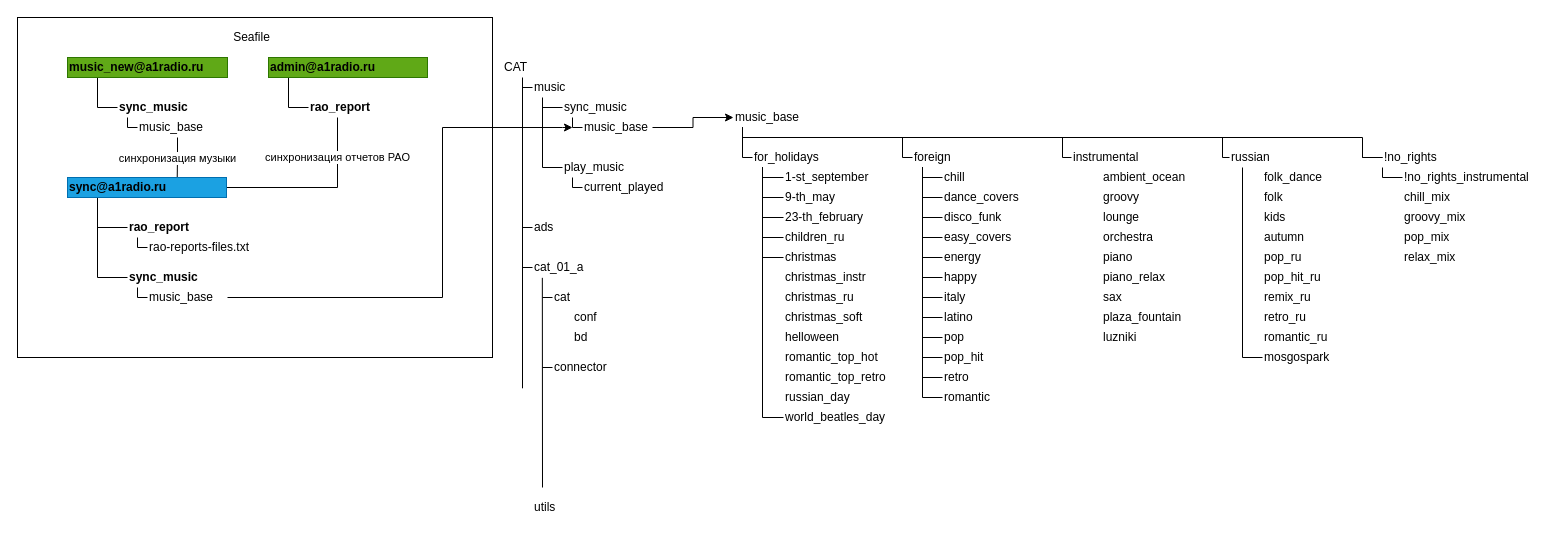
Before: data structure.drawio in lex1010011010/a1-network-map, a draw.io diagram. Source tidied: cells renumbered, new cells numbered last; positions are measured from the earlier drawing's top-left corner, leaving out a move shared by most shapes. Both pictures are drawn from the tidied source at 100%, with x=0, y=0 at pixel (17, 17).
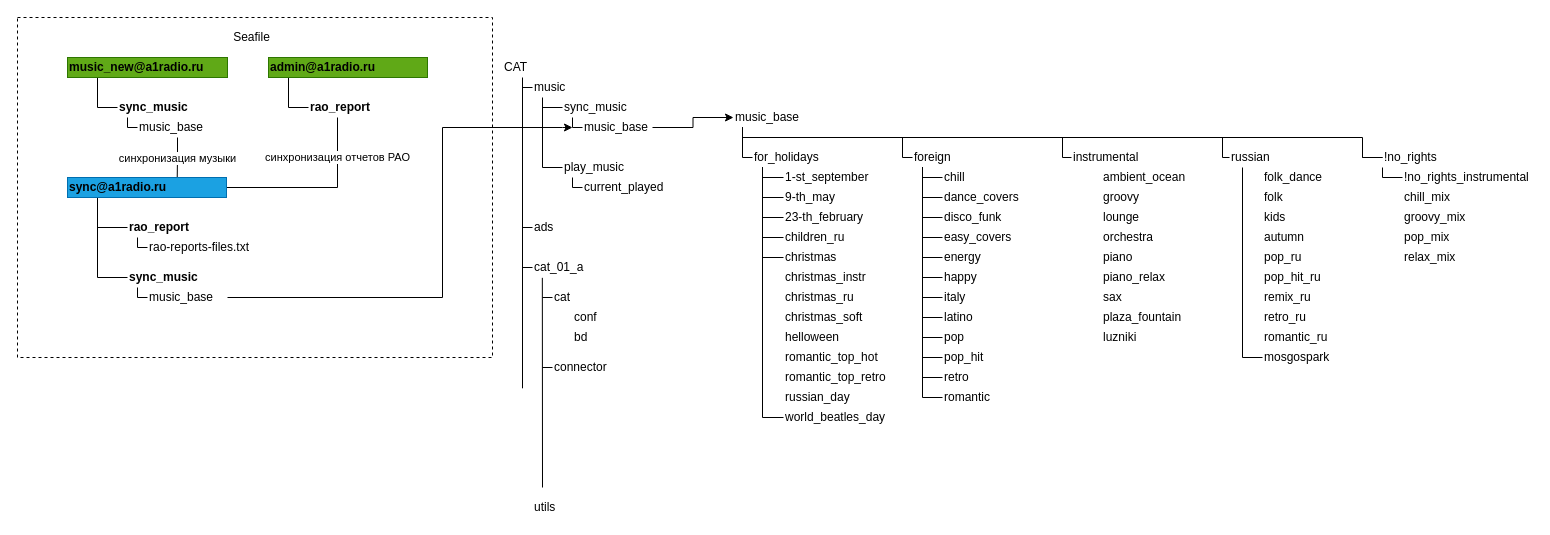
The same page after the edit.

What changed in the source:
```diff
@@
-    <mxCell id="2" style="rounded=0;whiteSpace=wrap;html=1;gradientColor=none;" parent="1" vertex="1">
+    <mxCell id="2" style="rounded=0;whiteSpace=wrap;html=1;gradientColor=none;dashed=1;" parent="1" vertex="1">
       <mxGeometry width="475" height="340" as="geometry" />
     </mxCell>
```
